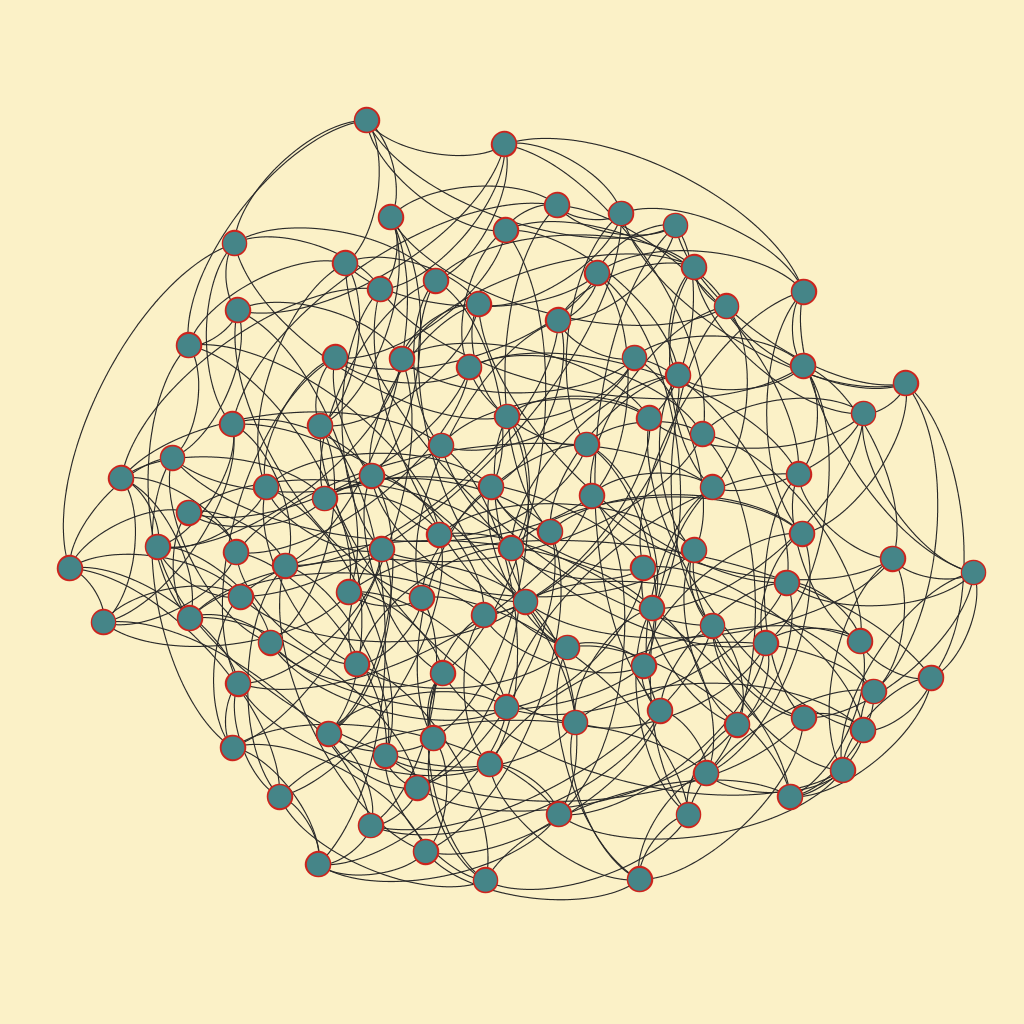
Above: img/100/grafoBarabasi_100_7.png in Cardoso1994/proyectos_ADA_mcic (Graphviz), before the change. Its source is kept beside it as gv/100/grafoBarabasi_100_7.gv. The source it was exported from:
```dot
graph grafoBarabasi_100_7  {
0;
1;
2;
3;
4;
5;
6;
7;
8;
9;
10;
11;
12;
13;
14;
15;
16;
17;
18;
19;
20;
21;
22;
23;
24;
25;
26;
27;
28;
29;
30;
31;
32;
33;
34;
35;
36;
37;
38;
39;
40;
41;
42;
43;
44;
45;
46;
47;
48;
49;
50;
51;
52;
53;
54;
55;
56;
57;
58;
59;
60;
61;
62;
63;
64;
65;
66;
67;
68;
69;
70;
71;
72;
73;
74;
75;
76;
77;
78;
79;
80;
81;
82;
83;
84;
85;
86;
87;
88;
89;
90;
91;
92;
93;
94;
95;
96;
97;
98;
99;
0 -- 61;
0 -- 23;
0 -- 97;
0 -- 4;
0 -- 50;
0 -- 11;
0 -- 93;
1 -- 39;
1 -- 47;
1 -- 86;
1 -- 64;
1 -- 50;
1 -- 94;
1 -- 22;
2 -- 69;
2 -- 40;
2 -- 30;
2 -- 70;
2 -- 96;
2 -- 60;
2 -- 67;
3 -- 15;
3 -- 85;
3 -- 20;
3 -- 36;
3 -- 27;
3 -- 24;
3 -- 26;
4 -- 95;
4 -- 64;
4 -- 9;
4 -- 19;
4 -- 50;
4 -- 11;
5 -- 8;
5 -- 26;
5 -- 32;
5 -- 43;
5 -- 19;
5 -- 28;
5 -- 41;
6 -- 58;
6 -- 83;
6 -- 16;
6 -- 7;
6 -- 90;
6 -- 60;
6 -- 32;
7 -- 84;
7 -- 48;
7 -- 91;
7 -- 31;
7 -- 56;
7 -- 40;
8 -- 59;
8 -- 80;
8 -- 11;
8 -- 90;
8 -- 18;
8 -- 95;
9 -- 13;
9 -- 41;
9 -- 72;
9 -- 80;
9 -- 79;
9 -- 23;
10 -- 45;
10 -- 47;
10 -- 24;
10 -- 65;
10 -- 95;
10 -- 90;
10 -- 44;
11 -- 48;
11 -- 86;
11 -- 38;
11 -- 80;
12 -- 29;
12 -- 77;
12 -- 71;
12 -- 74;
12 -- 83;
12 -- 60;
12 -- 30;
13 -- 97;
13 -- 46;
13 -- 29;
13 -- 27;
13 -- 66;
13 -- 14;
14 -- 55;
14 -- 90;
14 -- 28;
14 -- 87;
14 -- 15;
14 -- 92;
15 -- 42;
15 -- 58;
15 -- 62;
15 -- 53;
15 -- 49;
16 -- 73;
16 -- 51;
16 -- 33;
16 -- 65;
16 -- 37;
16 -- 40;
17 -- 85;
17 -- 97;
17 -- 19;
17 -- 66;
17 -- 55;
17 -- 22;
17 -- 76;
18 -- 32;
18 -- 29;
18 -- 35;
18 -- 68;
18 -- 93;
18 -- 94;
19 -- 35;
19 -- 78;
19 -- 82;
19 -- 68;
20 -- 55;
20 -- 33;
20 -- 44;
20 -- 25;
20 -- 47;
20 -- 81;
21 -- 81;
21 -- 38;
21 -- 63;
21 -- 99;
21 -- 95;
21 -- 26;
21 -- 22;
22 -- 75;
22 -- 45;
22 -- 26;
22 -- 74;
23 -- 85;
23 -- 63;
23 -- 35;
23 -- 39;
23 -- 41;
24 -- 36;
24 -- 31;
24 -- 43;
24 -- 30;
24 -- 96;
25 -- 99;
25 -- 34;
25 -- 40;
25 -- 80;
25 -- 58;
25 -- 44;
26 -- 87;
26 -- 77;
26 -- 88;
27 -- 42;
27 -- 81;
27 -- 35;
27 -- 86;
27 -- 76;
28 -- 82;
28 -- 54;
28 -- 75;
28 -- 30;
28 -- 53;
29 -- 72;
29 -- 79;
29 -- 81;
29 -- 89;
30 -- 90;
30 -- 65;
30 -- 45;
31 -- 63;
31 -- 45;
31 -- 96;
31 -- 33;
31 -- 36;
32 -- 65;
32 -- 96;
32 -- 75;
32 -- 46;
33 -- 67;
33 -- 99;
33 -- 92;
33 -- 41;
34 -- 45;
34 -- 39;
34 -- 61;
34 -- 74;
34 -- 99;
34 -- 59;
35 -- 37;
35 -- 41;
35 -- 56;
36 -- 78;
36 -- 60;
36 -- 50;
36 -- 61;
37 -- 53;
37 -- 72;
37 -- 87;
37 -- 78;
37 -- 95;
38 -- 93;
38 -- 96;
38 -- 76;
38 -- 39;
38 -- 70;
39 -- 52;
39 -- 76;
39 -- 88;
40 -- 58;
40 -- 53;
40 -- 77;
41 -- 49;
41 -- 59;
42 -- 92;
42 -- 67;
42 -- 61;
42 -- 79;
42 -- 54;
43 -- 88;
43 -- 82;
43 -- 83;
43 -- 75;
43 -- 57;
44 -- 68;
44 -- 64;
44 -- 97;
44 -- 49;
45 -- 63;
45 -- 52;
46 -- 83;
46 -- 93;
46 -- 84;
46 -- 70;
46 -- 68;
47 -- 95;
47 -- 69;
47 -- 82;
47 -- 74;
48 -- 86;
48 -- 65;
48 -- 71;
48 -- 69;
48 -- 93;
49 -- 90;
49 -- 70;
49 -- 62;
49 -- 73;
50 -- 92;
50 -- 68;
50 -- 72;
51 -- 59;
51 -- 74;
51 -- 94;
51 -- 66;
51 -- 56;
51 -- 87;
52 -- 74;
52 -- 71;
52 -- 89;
52 -- 77;
52 -- 90;
53 -- 59;
53 -- 94;
53 -- 56;
54 -- 66;
54 -- 61;
54 -- 84;
54 -- 73;
54 -- 87;
55 -- 86;
55 -- 94;
55 -- 91;
55 -- 84;
56 -- 85;
56 -- 79;
56 -- 73;
57 -- 70;
57 -- 66;
57 -- 69;
57 -- 98;
57 -- 96;
57 -- 93;
58 -- 60;
58 -- 79;
58 -- 76;
59 -- 88;
59 -- 84;
60 -- 69;
60 -- 85;
61 -- 91;
61 -- 71;
62 -- 99;
62 -- 63;
62 -- 87;
62 -- 83;
62 -- 79;
63 -- 89;
63 -- 82;
64 -- 88;
64 -- 75;
64 -- 76;
64 -- 81;
65 -- 88;
65 -- 87;
66 -- 77;
66 -- 98;
67 -- 70;
67 -- 77;
67 -- 98;
67 -- 97;
68 -- 80;
68 -- 92;
69 -- 81;
69 -- 83;
70 -- 99;
71 -- 73;
71 -- 82;
71 -- 84;
72 -- 75;
72 -- 86;
72 -- 92;
73 -- 78;
73 -- 85;
74 -- 80;
75 -- 84;
76 -- 88;
77 -- 79;
78 -- 91;
78 -- 80;
78 -- 98;
81 -- 97;
82 -- 89;
83 -- 91;
85 -- 98;
86 -- 92;
89 -- 98;
89 -- 91;
89 -- 99;
91 -- 96;
93 -- 98;
94 -- 95;
94 -- 97;
}
```
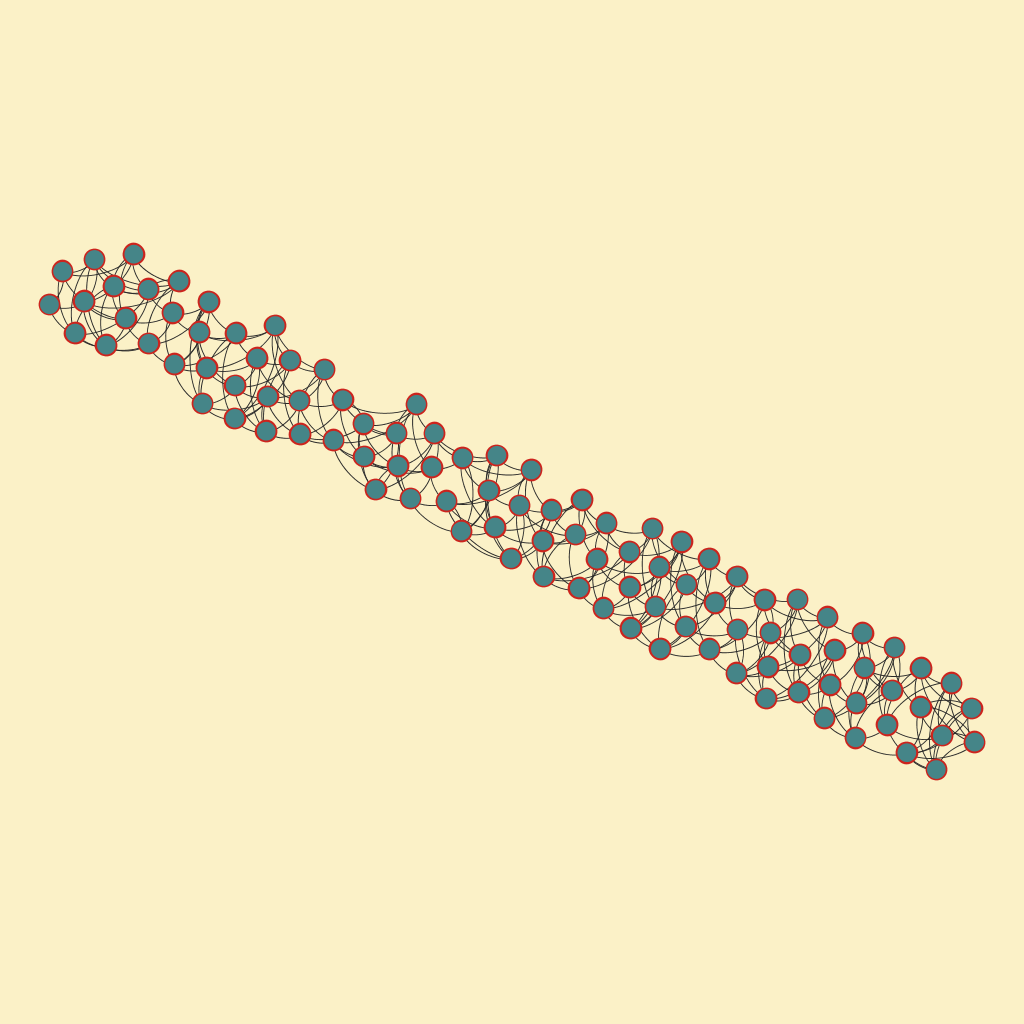
After the commit.

Diff of the diagram source:
```diff
@@ -99,354 +99,350 @@
 97;
 98;
 99;
-0 -- 61;
-0 -- 23;
-0 -- 97;
+0 -- 1;
+0 -- 2;
+0 -- 3;
 0 -- 4;
-0 -- 50;
-0 -- 11;
-0 -- 93;
-1 -- 39;
-1 -- 47;
-1 -- 86;
-1 -- 64;
-1 -- 50;
-1 -- 94;
-1 -- 22;
-2 -- 69;
-2 -- 40;
-2 -- 30;
-2 -- 70;
-2 -- 96;
-2 -- 60;
-2 -- 67;
-3 -- 15;
-3 -- 85;
-3 -- 20;
-3 -- 36;
-3 -- 27;
-3 -- 24;
-3 -- 26;
-4 -- 95;
-4 -- 64;
+0 -- 5;
+0 -- 6;
+0 -- 7;
+1 -- 2;
+1 -- 3;
+1 -- 4;
+1 -- 5;
+1 -- 6;
+1 -- 7;
+2 -- 3;
+2 -- 5;
+2 -- 7;
+2 -- 8;
+2 -- 9;
+3 -- 5;
+3 -- 6;
+3 -- 7;
+3 -- 8;
+4 -- 6;
+4 -- 8;
 4 -- 9;
-4 -- 19;
-4 -- 50;
+4 -- 10;
 4 -- 11;
+5 -- 6;
+5 -- 7;
 5 -- 8;
-5 -- 26;
-5 -- 32;
-5 -- 43;
-5 -- 19;
-5 -- 28;
-5 -- 41;
-6 -- 58;
-6 -- 83;
-6 -- 16;
 6 -- 7;
-6 -- 90;
-6 -- 60;
-6 -- 32;
-7 -- 84;
-7 -- 48;
-7 -- 91;
-7 -- 31;
-7 -- 56;
-7 -- 40;
-8 -- 59;
-8 -- 80;
+6 -- 8;
+7 -- 10;
 8 -- 11;
-8 -- 90;
-8 -- 18;
-8 -- 95;
+8 -- 12;
+9 -- 11;
+9 -- 12;
 9 -- 13;
-9 -- 41;
-9 -- 72;
-9 -- 80;
-9 -- 79;
-9 -- 23;
-10 -- 45;
-10 -- 47;
-10 -- 24;
-10 -- 65;
-10 -- 95;
-10 -- 90;
-10 -- 44;
-11 -- 48;
-11 -- 86;
-11 -- 38;
-11 -- 80;
-12 -- 29;
-12 -- 77;
-12 -- 71;
-12 -- 74;
-12 -- 83;
-12 -- 60;
-12 -- 30;
-13 -- 97;
-13 -- 46;
-13 -- 29;
-13 -- 27;
-13 -- 66;
+9 -- 14;
+9 -- 15;
+10 -- 11;
+10 -- 12;
+10 -- 14;
+10 -- 15;
+10 -- 16;
+11 -- 12;
+11 -- 13;
+11 -- 14;
+12 -- 13;
+12 -- 14;
+12 -- 15;
 13 -- 14;
-14 -- 55;
-14 -- 90;
-14 -- 28;
-14 -- 87;
-14 -- 15;
-14 -- 92;
-15 -- 42;
-15 -- 58;
-15 -- 62;
-15 -- 53;
-15 -- 49;
-16 -- 73;
-16 -- 51;
-16 -- 33;
-16 -- 65;
-16 -- 37;
-16 -- 40;
-17 -- 85;
-17 -- 97;
+13 -- 16;
+13 -- 17;
+13 -- 18;
+14 -- 16;
+14 -- 17;
+15 -- 16;
+15 -- 17;
+15 -- 19;
+15 -- 20;
+16 -- 18;
+16 -- 19;
+16 -- 20;
 17 -- 19;
-17 -- 66;
-17 -- 55;
+17 -- 21;
 17 -- 22;
-17 -- 76;
-18 -- 32;
-18 -- 29;
-18 -- 35;
-18 -- 68;
-18 -- 93;
-18 -- 94;
-19 -- 35;
-19 -- 78;
-19 -- 82;
-19 -- 68;
-20 -- 55;
-20 -- 33;
-20 -- 44;
-20 -- 25;
-20 -- 47;
-20 -- 81;
-21 -- 81;
-21 -- 38;
-21 -- 63;
-21 -- 99;
-21 -- 95;
+17 -- 23;
+18 -- 21;
+18 -- 22;
+18 -- 23;
+18 -- 24;
+18 -- 25;
+19 -- 20;
+19 -- 21;
+19 -- 22;
+19 -- 23;
+20 -- 22;
+20 -- 24;
+20 -- 26;
+20 -- 27;
+21 -- 23;
+21 -- 25;
 21 -- 26;
-21 -- 22;
-22 -- 75;
-22 -- 45;
+21 -- 27;
 22 -- 26;
-22 -- 74;
-23 -- 85;
-23 -- 63;
-23 -- 35;
-23 -- 39;
-23 -- 41;
-24 -- 36;
-24 -- 31;
-24 -- 43;
+22 -- 27;
+22 -- 28;
+23 -- 24;
+23 -- 26;
+23 -- 27;
+24 -- 26;
+24 -- 28;
+24 -- 29;
 24 -- 30;
-24 -- 96;
-25 -- 99;
-25 -- 34;
-25 -- 40;
-25 -- 80;
-25 -- 58;
-25 -- 44;
-26 -- 87;
-26 -- 77;
-26 -- 88;
-27 -- 42;
-27 -- 81;
-27 -- 35;
-27 -- 86;
-27 -- 76;
-28 -- 82;
-28 -- 54;
-28 -- 75;
+25 -- 27;
+25 -- 28;
+25 -- 29;
+25 -- 30;
+25 -- 31;
+26 -- 27;
+26 -- 29;
+27 -- 29;
 28 -- 30;
-28 -- 53;
-29 -- 72;
-29 -- 79;
-29 -- 81;
-29 -- 89;
-30 -- 90;
-30 -- 65;
-30 -- 45;
-31 -- 63;
-31 -- 45;
-31 -- 96;
+28 -- 31;
+28 -- 32;
+28 -- 33;
+29 -- 31;
+29 -- 32;
+29 -- 34;
+30 -- 32;
+30 -- 34;
+30 -- 35;
+30 -- 36;
 31 -- 33;
+31 -- 34;
+31 -- 35;
 31 -- 36;
-32 -- 65;
-32 -- 96;
-32 -- 75;
-32 -- 46;
-33 -- 67;
-33 -- 99;
-33 -- 92;
+32 -- 34;
+32 -- 35;
+32 -- 37;
+32 -- 38;
+33 -- 37;
+33 -- 38;
+33 -- 39;
+33 -- 40;
 33 -- 41;
-34 -- 45;
+34 -- 35;
 34 -- 39;
-34 -- 61;
-34 -- 74;
-34 -- 99;
-34 -- 59;
+34 -- 40;
 35 -- 37;
-35 -- 41;
-35 -- 56;
-36 -- 78;
-36 -- 60;
-36 -- 50;
-36 -- 61;
-37 -- 53;
-37 -- 72;
-37 -- 87;
-37 -- 78;
-37 -- 95;
-38 -- 93;
-38 -- 96;
-38 -- 76;
+35 -- 38;
+35 -- 39;
+36 -- 37;
+36 -- 39;
+36 -- 40;
+36 -- 41;
+36 -- 42;
+37 -- 39;
+37 -- 40;
+37 -- 43;
 38 -- 39;
-38 -- 70;
-39 -- 52;
-39 -- 76;
-39 -- 88;
-40 -- 58;
-40 -- 53;
-40 -- 77;
-41 -- 49;
-41 -- 59;
-42 -- 92;
-42 -- 67;
-42 -- 61;
-42 -- 79;
-42 -- 54;
-43 -- 88;
-43 -- 82;
-43 -- 83;
-43 -- 75;
-43 -- 57;
-44 -- 68;
-44 -- 64;
-44 -- 97;
+38 -- 42;
+38 -- 44;
+38 -- 45;
+39 -- 41;
+40 -- 41;
+40 -- 42;
+40 -- 43;
+41 -- 42;
+41 -- 43;
+41 -- 45;
+42 -- 44;
+42 -- 46;
+42 -- 47;
+43 -- 44;
+43 -- 45;
+43 -- 46;
+43 -- 47;
+44 -- 45;
+44 -- 47;
+44 -- 48;
 44 -- 49;
-45 -- 63;
-45 -- 52;
-46 -- 83;
-46 -- 93;
-46 -- 84;
-46 -- 70;
-46 -- 68;
-47 -- 95;
-47 -- 69;
-47 -- 82;
-47 -- 74;
-48 -- 86;
-48 -- 65;
-48 -- 71;
-48 -- 69;
-48 -- 93;
-49 -- 90;
-49 -- 70;
-49 -- 62;
-49 -- 73;
-50 -- 92;
-50 -- 68;
-50 -- 72;
-51 -- 59;
-51 -- 74;
-51 -- 94;
-51 -- 66;
-51 -- 56;
-51 -- 87;
-52 -- 74;
-52 -- 71;
-52 -- 89;
-52 -- 77;
-52 -- 90;
+45 -- 46;
+45 -- 48;
+45 -- 49;
+46 -- 47;
+46 -- 48;
+46 -- 50;
+46 -- 51;
+47 -- 48;
+47 -- 50;
+47 -- 51;
+48 -- 49;
+48 -- 50;
+48 -- 51;
+49 -- 51;
+49 -- 52;
+49 -- 53;
+49 -- 54;
+50 -- 52;
+50 -- 53;
+50 -- 54;
+50 -- 55;
+51 -- 52;
+51 -- 53;
+51 -- 54;
+52 -- 55;
+52 -- 56;
+52 -- 57;
+52 -- 58;
+53 -- 55;
+53 -- 56;
+53 -- 57;
 53 -- 59;
-53 -- 94;
-53 -- 56;
-54 -- 66;
-54 -- 61;
-54 -- 84;
-54 -- 73;
-54 -- 87;
-55 -- 86;
-55 -- 94;
-55 -- 91;
-55 -- 84;
-56 -- 85;
-56 -- 79;
-56 -- 73;
-57 -- 70;
-57 -- 66;
-57 -- 69;
-57 -- 98;
-57 -- 96;
-57 -- 93;
+54 -- 56;
+54 -- 57;
+54 -- 58;
+54 -- 59;
+55 -- 56;
+55 -- 57;
+55 -- 58;
+55 -- 59;
+56 -- 58;
+56 -- 59;
+56 -- 60;
+57 -- 59;
+57 -- 61;
+57 -- 62;
+58 -- 59;
 58 -- 60;
-58 -- 79;
-58 -- 76;
-59 -- 88;
-59 -- 84;
-60 -- 69;
-60 -- 85;
-61 -- 91;
-61 -- 71;
-62 -- 99;
+58 -- 61;
+59 -- 62;
+60 -- 61;
+60 -- 63;
+60 -- 64;
+60 -- 65;
+60 -- 66;
+61 -- 62;
+61 -- 64;
+61 -- 66;
+61 -- 67;
 62 -- 63;
-62 -- 87;
-62 -- 83;
-62 -- 79;
-63 -- 89;
-63 -- 82;
-64 -- 88;
-64 -- 75;
-64 -- 76;
-64 -- 81;
-65 -- 88;
-65 -- 87;
-66 -- 77;
-66 -- 98;
+62 -- 64;
+62 -- 65;
+62 -- 66;
+63 -- 64;
+63 -- 65;
+63 -- 67;
+63 -- 68;
+63 -- 69;
+64 -- 68;
+64 -- 69;
+64 -- 70;
+65 -- 66;
+65 -- 67;
+65 -- 69;
+65 -- 70;
+66 -- 67;
+66 -- 69;
+66 -- 70;
+67 -- 68;
+67 -- 69;
 67 -- 70;
-67 -- 77;
-67 -- 98;
-67 -- 97;
-68 -- 80;
-68 -- 92;
-69 -- 81;
-69 -- 83;
-70 -- 99;
-71 -- 73;
-71 -- 82;
-71 -- 84;
+68 -- 69;
+68 -- 71;
+68 -- 72;
+68 -- 73;
+69 -- 71;
+70 -- 71;
+70 -- 72;
+70 -- 73;
+71 -- 72;
+71 -- 74;
+71 -- 75;
+71 -- 76;
+72 -- 73;
 72 -- 75;
-72 -- 86;
-72 -- 92;
+72 -- 76;
+72 -- 77;
+73 -- 74;
+73 -- 76;
+73 -- 77;
 73 -- 78;
-73 -- 85;
+74 -- 75;
+74 -- 76;
+74 -- 78;
+74 -- 79;
 74 -- 80;
-75 -- 84;
-76 -- 88;
-77 -- 79;
-78 -- 91;
+75 -- 77;
+75 -- 78;
+75 -- 79;
+75 -- 80;
+76 -- 79;
+76 -- 80;
+76 -- 81;
+77 -- 80;
+77 -- 82;
+77 -- 83;
+77 -- 84;
+78 -- 79;
 78 -- 80;
-78 -- 98;
-81 -- 97;
-82 -- 89;
-83 -- 91;
-85 -- 98;
-86 -- 92;
-89 -- 98;
+78 -- 82;
+78 -- 83;
+79 -- 81;
+79 -- 83;
+79 -- 84;
+80 -- 81;
+80 -- 82;
+81 -- 82;
+81 -- 83;
+81 -- 85;
+81 -- 86;
+82 -- 84;
+82 -- 85;
+82 -- 86;
+83 -- 84;
+83 -- 85;
+83 -- 86;
+84 -- 85;
+84 -- 86;
+84 -- 87;
+85 -- 86;
+85 -- 87;
+85 -- 88;
+86 -- 87;
+86 -- 88;
+87 -- 88;
+87 -- 89;
+87 -- 90;
+87 -- 91;
+88 -- 90;
+88 -- 91;
+88 -- 92;
+88 -- 93;
 89 -- 91;
-89 -- 99;
+89 -- 92;
+89 -- 93;
+89 -- 94;
+89 -- 95;
+89 -- 96;
+90 -- 93;
+90 -- 94;
+90 -- 96;
+90 -- 97;
+90 -- 98;
+91 -- 94;
+91 -- 95;
 91 -- 96;
-93 -- 98;
+91 -- 97;
+92 -- 94;
+92 -- 95;
+92 -- 98;
+92 -- 99;
+93 -- 92;
+93 -- 94;
+93 -- 95;
+93 -- 97;
 94 -- 95;
-94 -- 97;
+94 -- 96;
+95 -- 97;
+95 -- 98;
+96 -- 97;
+96 -- 98;
+97 -- 99;
+98 -- 99;
 }
```
